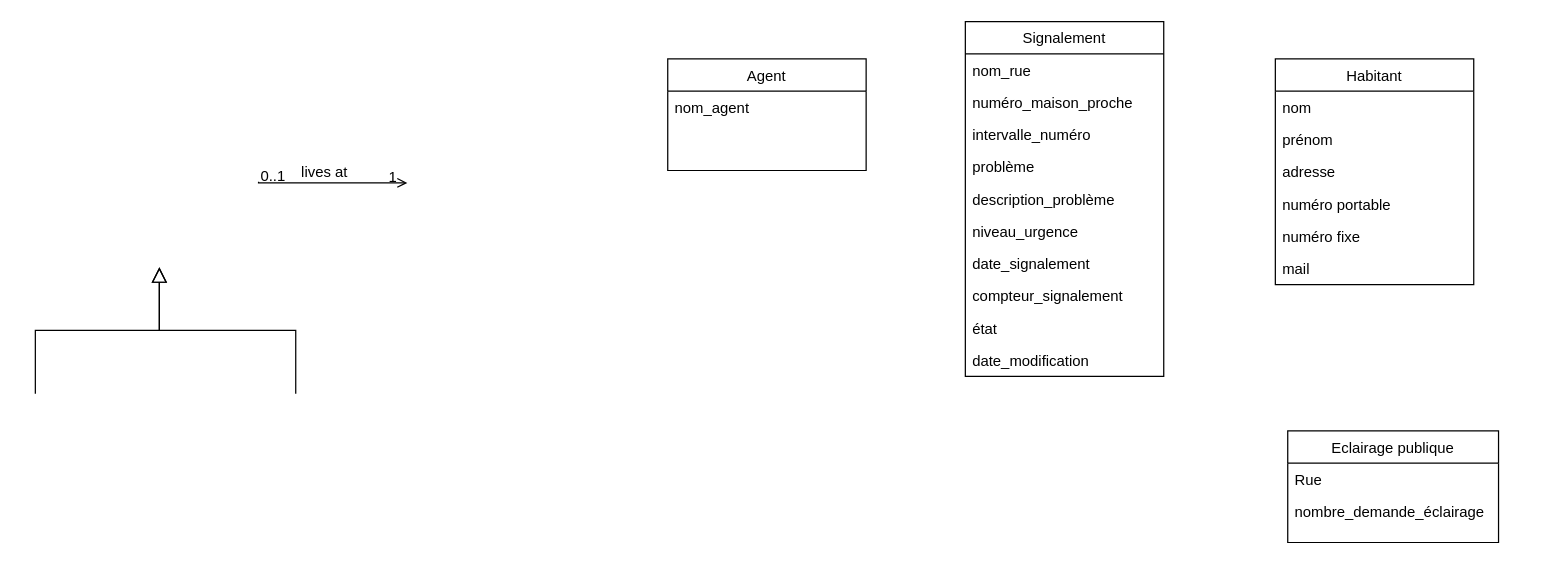
Igniiis/CSI_Projet keeps this draw.io diagram as projet_v1.drawio. Above is the earlier version. Source tidied: cells renumbered, new cells numbered last; positions are measured from the earlier drawing's top-left corner, leaving out a move shared by most shapes. Both pictures are drawn from the tidied source at 124%, with x=0, y=0 at pixel (35, 21).
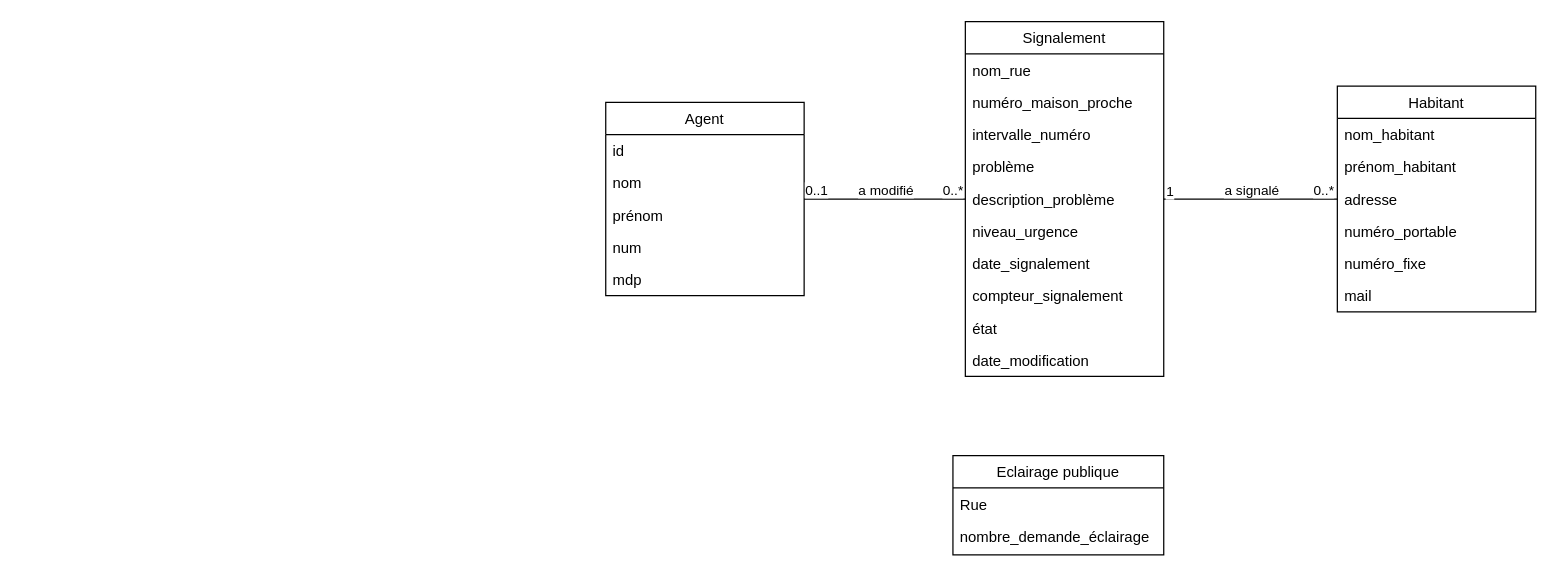
After the change.

Commit message:
Mettre à jour projet_v1.drawio

Unchanged cells that the change refers to:
```xml
<mxCell id="8" value="Signalement" style="swimlane;fontStyle=0;align=center;verticalAlign=top;horizontal=1;startSize=26;rounded=0;shadow=0;strokeWidth=1;" parent="1" vertex="1">
  <mxGeometry x="750" width="160" height="286" as="geometry" />
</mxCell>
```

The edit, as a diff of the source:
```diff
@@
-    <mxCell id="2" style="endArrow=block;endSize=10;endFill=0;shadow=0;strokeWidth=1;rounded=0;edgeStyle=elbowEdgeStyle;elbow=vertical;" parent="1" edge="1">
-      <mxGeometry relative="1" as="geometry">
-        <mxPoint y="300" as="sourcePoint" />
-        <mxPoint x="100" y="198" as="targetPoint" />
-      </mxGeometry>
-    </mxCell>
-    <mxCell id="3" style="endArrow=block;endSize=10;endFill=0;shadow=0;strokeWidth=1;rounded=0;edgeStyle=elbowEdgeStyle;elbow=vertical;" parent="1" edge="1">
-      <mxGeometry relative="1" as="geometry">
-        <mxPoint x="210" y="300" as="sourcePoint" />
-        <mxPoint x="100" y="198" as="targetPoint" />
-      </mxGeometry>
-    </mxCell>
-    <mxCell id="4" style="endArrow=open;shadow=0;strokeWidth=1;rounded=0;endFill=1;edgeStyle=elbowEdgeStyle;elbow=vertical;" parent="1" edge="1">
-      <mxGeometry x="0.5" y="41" relative="1" as="geometry">
-        <mxPoint x="180" y="129" as="sourcePoint" />
-        <mxPoint x="300" y="130" as="targetPoint" />
-        <mxPoint x="-40" y="32" as="offset" />
-      </mxGeometry>
-    </mxCell>
-    <mxCell id="5" value="0..1" style="align=left;verticalAlign=bottom;labelBackgroundColor=none;fontSize=12;" parent="4" vertex="1">
-      <mxGeometry x="-1" relative="1" as="geometry">
-        <mxPoint y="4" as="offset" />
-      </mxGeometry>
-    </mxCell>
-    <mxCell id="6" value="1" style="align=right;verticalAlign=bottom;labelBackgroundColor=none;fontSize=12;" parent="4" vertex="1">
-      <mxGeometry x="1" relative="1" as="geometry">
-        <mxPoint x="-7" y="4" as="offset" />
-      </mxGeometry>
-    </mxCell>
-    <mxCell id="7" value="lives at" style="text;html=1;align=center;verticalAlign=middle;labelBackgroundColor=none;rounded=0;shadow=0;strokeWidth=1;fontSize=12;" parent="4" vertex="1">
-      <mxGeometry x="0.5" y="49" relative="1" as="geometry">
-        <mxPoint x="-38" y="40" as="offset" />
-      </mxGeometry>
-    </mxCell>
@@
     <mxCell id="19" value="Habitant" style="swimlane;fontStyle=0;align=center;verticalAlign=top;horizontal=1;startSize=26;rounded=0;shadow=0;strokeWidth=1;" parent="1" vertex="1">
-      <mxGeometry x="1000" y="30" width="160" height="182" as="geometry" />
+      <mxGeometry x="1050" y="52" width="160" height="182" as="geometry" />
     </mxCell>
-    <mxCell id="20" value="nom" style="text;align=left;verticalAlign=top;spacingLeft=4;spacingRight=4;overflow=hidden;" parent="19" vertex="1">
+    <mxCell id="20" value="nom_habitant" style="text;align=left;verticalAlign=top;spacingLeft=4;spacingRight=4;overflow=hidden;" parent="19" vertex="1">
       <mxGeometry y="26" width="160" height="26" as="geometry" />
     </mxCell>
-    <mxCell id="21" value="prénom" style="text;align=left;verticalAlign=top;spacingLeft=4;spacingRight=4;overflow=hidden;" parent="19" vertex="1">
+    <mxCell id="21" value="prénom_habitant" style="text;align=left;verticalAlign=top;spacingLeft=4;spacingRight=4;overflow=hidden;" parent="19" vertex="1">
       <mxGeometry y="52" width="160" height="26" as="geometry" />
     </mxCell>
@@
-    <mxCell id="23" value="numéro portable" style="text;align=left;verticalAlign=top;spacingLeft=4;spacingRight=4;overflow=hidden;" parent="19" vertex="1">
+    <mxCell id="23" value="numéro_portable" style="text;align=left;verticalAlign=top;spacingLeft=4;spacingRight=4;overflow=hidden;" parent="19" vertex="1">
       <mxGeometry y="104" width="160" height="26" as="geometry" />
     </mxCell>
-    <mxCell id="24" value="numéro fixe" style="text;align=left;verticalAlign=top;spacingLeft=4;spacingRight=4;overflow=hidden;" parent="19" vertex="1">
+    <mxCell id="24" value="numéro_fixe" style="text;align=left;verticalAlign=top;spacingLeft=4;spacingRight=4;overflow=hidden;" parent="19" vertex="1">
       <mxGeometry y="130" width="160" height="26" as="geometry" />
     </mxCell>
@@
     <mxCell id="26" value="Agent" style="swimlane;fontStyle=0;align=center;verticalAlign=top;horizontal=1;startSize=26;rounded=0;shadow=0;strokeWidth=1;" parent="1" vertex="1">
-      <mxGeometry x="510" y="30" width="160" height="90" as="geometry" />
+      <mxGeometry x="460" y="65" width="160" height="156" as="geometry" />
     </mxCell>
-    <mxCell id="27" value="nom_agent" style="text;align=left;verticalAlign=top;spacingLeft=4;spacingRight=4;overflow=hidden;" parent="26" vertex="1">
+    <mxCell id="27" value="id" style="text;align=left;verticalAlign=top;spacingLeft=4;spacingRight=4;overflow=hidden;" parent="26" vertex="1">
       <mxGeometry y="26" width="160" height="26" as="geometry" />
     </mxCell>
+    <mxCell id="31" value="nom" style="text;align=left;verticalAlign=top;spacingLeft=4;spacingRight=4;overflow=hidden;" parent="26" vertex="1">
+      <mxGeometry y="52" width="160" height="26" as="geometry" />
+    </mxCell>
+    <mxCell id="32" value="prénom" style="text;align=left;verticalAlign=top;spacingLeft=4;spacingRight=4;overflow=hidden;" parent="26" vertex="1">
+      <mxGeometry y="78" width="160" height="26" as="geometry" />
+    </mxCell>
+    <mxCell id="33" value="num" style="text;align=left;verticalAlign=top;spacingLeft=4;spacingRight=4;overflow=hidden;" parent="26" vertex="1">
+      <mxGeometry y="104" width="160" height="26" as="geometry" />
+    </mxCell>
+    <mxCell id="34" value="mdp" style="text;align=left;verticalAlign=top;spacingLeft=4;spacingRight=4;overflow=hidden;" parent="26" vertex="1">
+      <mxGeometry y="130" width="160" height="26" as="geometry" />
+    </mxCell>
     <mxCell id="28" value="Eclairage publique" style="swimlane;fontStyle=0;align=center;verticalAlign=top;horizontal=1;startSize=26;rounded=0;shadow=0;strokeWidth=1;" parent="1" vertex="1">
-      <mxGeometry x="1010" y="330" width="170" height="90" as="geometry" />
+      <mxGeometry x="740" y="350" width="170" height="80" as="geometry" />
     </mxCell>
@@
+    <mxCell id="35" style="endArrow=none;html=1;rounded=0;" parent="1" edge="1" source="8" target="19">
+      <mxGeometry relative="1" as="geometry" />
+    </mxCell>
+    <mxCell id="6" value="1" style="edgeLabel;html=1;align=center;verticalAlign=middle;" parent="35" vertex="1">
+      <mxGeometry x="0.76" y="1" relative="1" as="geometry">
+        <mxPoint x="-119" y="-6" as="offset" />
+      </mxGeometry>
+    </mxCell>
+    <mxCell id="36" value="0..*" style="edgeLabel;html=1;align=center;verticalAlign=middle;" parent="35" vertex="1">
+      <mxGeometry x="0.86" relative="1" as="geometry">
+        <mxPoint x="-2" y="-8" as="offset" />
+      </mxGeometry>
+    </mxCell>
+    <mxCell id="37" value="a signalé" style="edgeLabel;html=1;align=center;verticalAlign=middle;" parent="35" vertex="1">
+      <mxGeometry x="0.12" relative="1" as="geometry">
+        <mxPoint x="-8" y="-8" as="offset" />
+      </mxGeometry>
+    </mxCell>
+    <mxCell id="38" style="endArrow=none;html=1;rounded=0;" parent="1" edge="1" source="26" target="8">
+      <mxGeometry relative="1" as="geometry" />
+    </mxCell>
+    <mxCell id="5" value="0..1" style="edgeLabel;html=1;align=center;verticalAlign=middle;" parent="38" vertex="1">
+      <mxGeometry x="0.76" y="1" relative="1" as="geometry">
+        <mxPoint x="-105" y="-7" as="offset" />
+      </mxGeometry>
+    </mxCell>
+    <mxCell id="39" value="0..*" style="edgeLabel;html=1;align=center;verticalAlign=middle;" parent="38" vertex="1">
+      <mxGeometry x="0.86" relative="1" as="geometry">
+        <mxPoint x="-2" y="-8" as="offset" />
+      </mxGeometry>
+    </mxCell>
+    <mxCell id="40" value="a modifié" style="edgeLabel;html=1;align=center;verticalAlign=middle;" parent="38" vertex="1">
+      <mxGeometry x="0.12" relative="1" as="geometry">
+        <mxPoint x="-8" y="-8" as="offset" />
+      </mxGeometry>
+    </mxCell>
```
